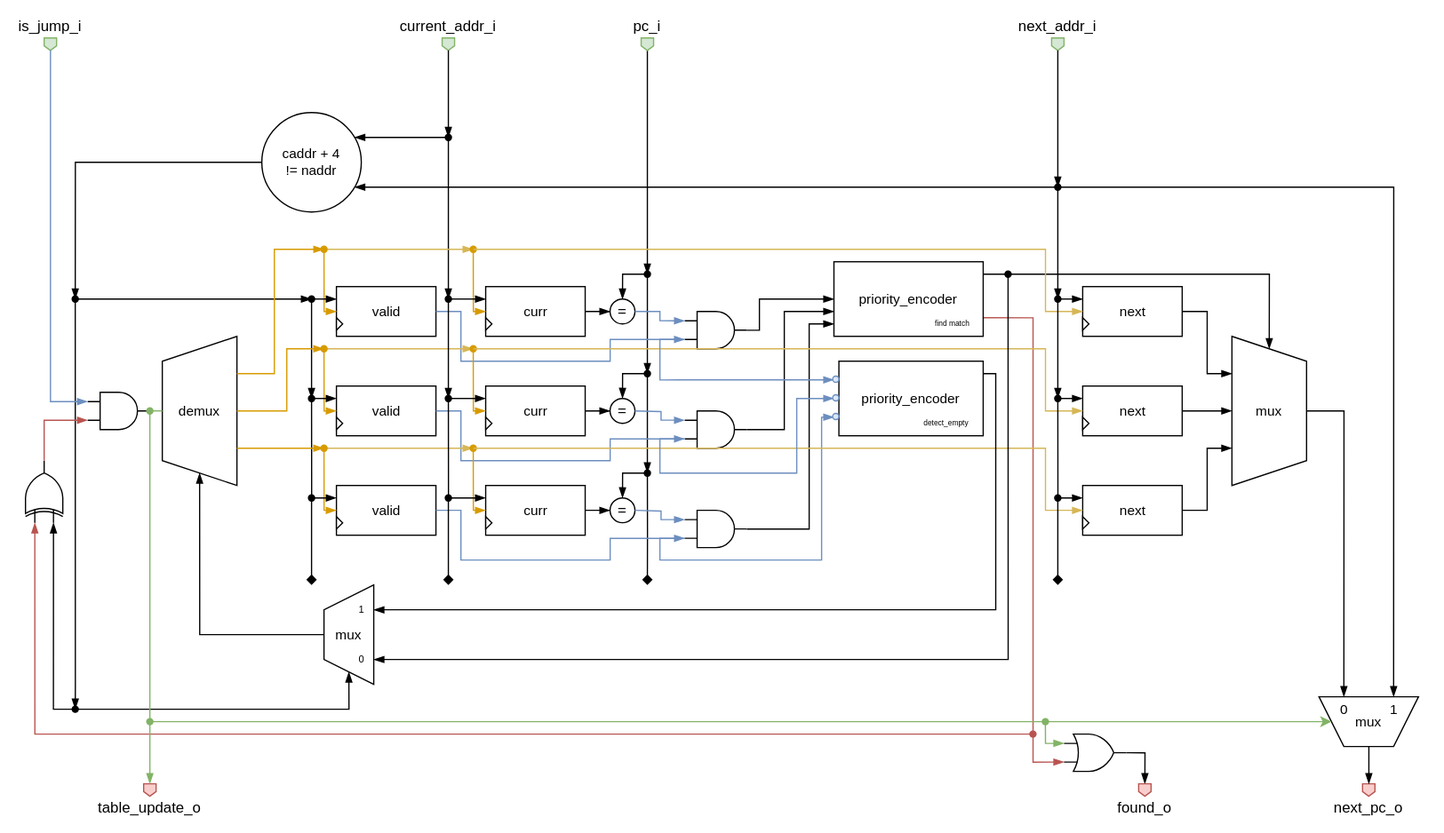
Before: document/rtl/branch_target_buffer_des.svg, a diagram exported from draw.io (squared-studio/maverickOne). Source tidied: cells renumbered, new cells last; positions are measured from the earlier drawing's top-left corner, leaving out a move shared by most shapes.
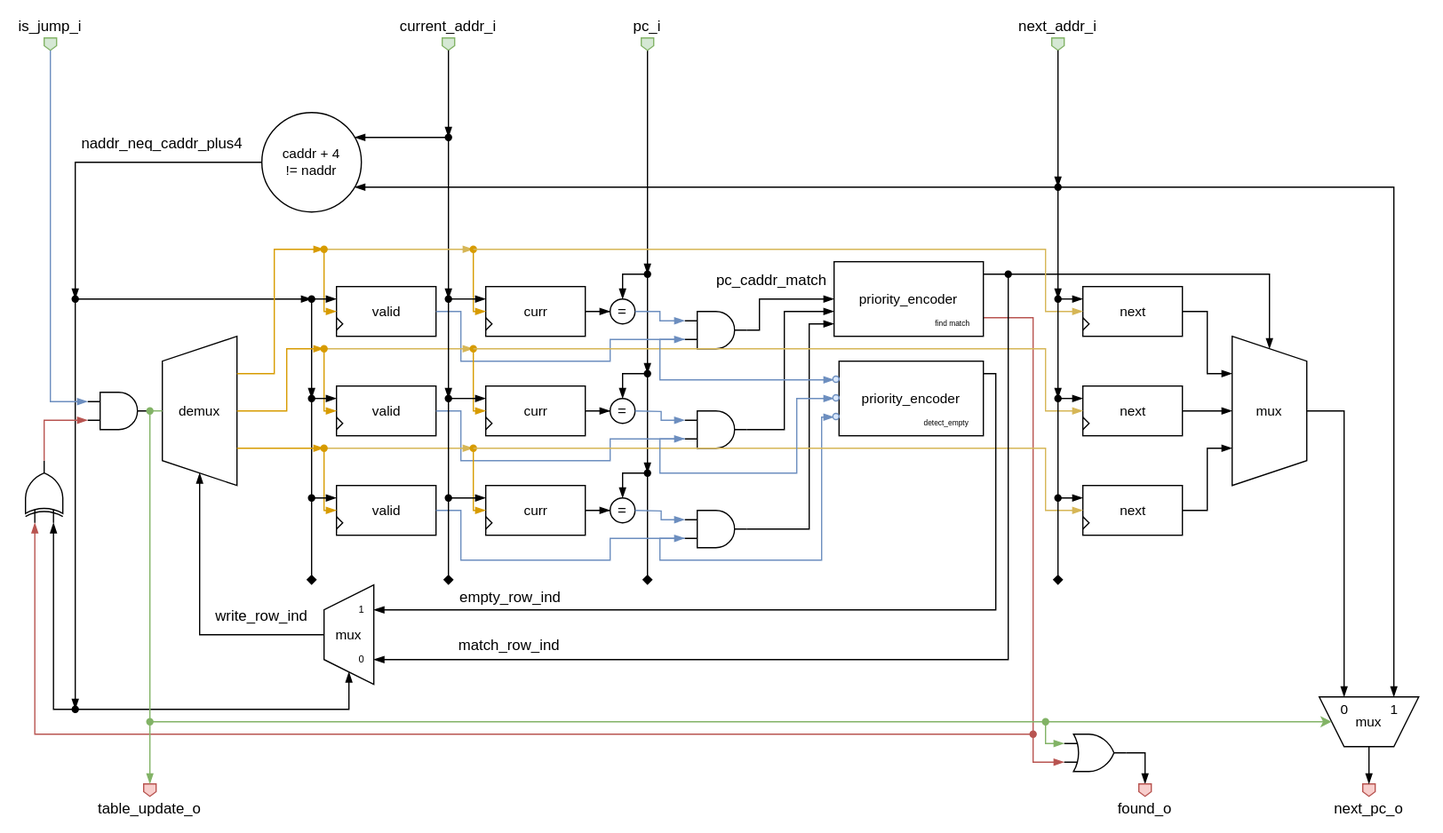
Later version of the same file.

Commit message:
Updated schematic 	modified:   document/rtl/branch_target_buffer_des.svg

The edit, as a diff of the source:
```diff
@@ -743,5 +743,20 @@
         </Array>
       </mxGeometry>
     </mxCell>
+    <mxCell id="180" value="empty_row_ind" style="text;html=1;align=center;verticalAlign=middle;whiteSpace=wrap;rounded=0;" parent="1" vertex="1">
+      <mxGeometry x="380" y="465" width="60" height="30" as="geometry" />
+    </mxCell>
+    <mxCell id="181" value="match_row_ind" style="text;html=1;align=center;verticalAlign=middle;whiteSpace=wrap;rounded=0;" parent="1" vertex="1">
+      <mxGeometry x="379" y="504" width="60" height="30" as="geometry" />
+    </mxCell>
+    <mxCell id="182" value="naddr_neq_caddr_plus4" style="text;html=1;align=center;verticalAlign=middle;whiteSpace=wrap;rounded=0;" parent="1" vertex="1">
+      <mxGeometry x="100" y="100" width="60" height="30" as="geometry" />
+    </mxCell>
+    <mxCell id="183" value="write_row_ind" style="text;html=1;align=center;verticalAlign=middle;whiteSpace=wrap;rounded=0;" parent="1" vertex="1">
+      <mxGeometry x="180" y="480" width="60" height="30" as="geometry" />
+    </mxCell>
+    <mxCell id="184" value="pc_caddr_match" style="text;html=1;align=center;verticalAlign=middle;whiteSpace=wrap;rounded=0;" parent="1" vertex="1">
+      <mxGeometry x="590" y="210" width="60" height="30" as="geometry" />
+    </mxCell>
   </root>
 </mxGraphModel>
```
